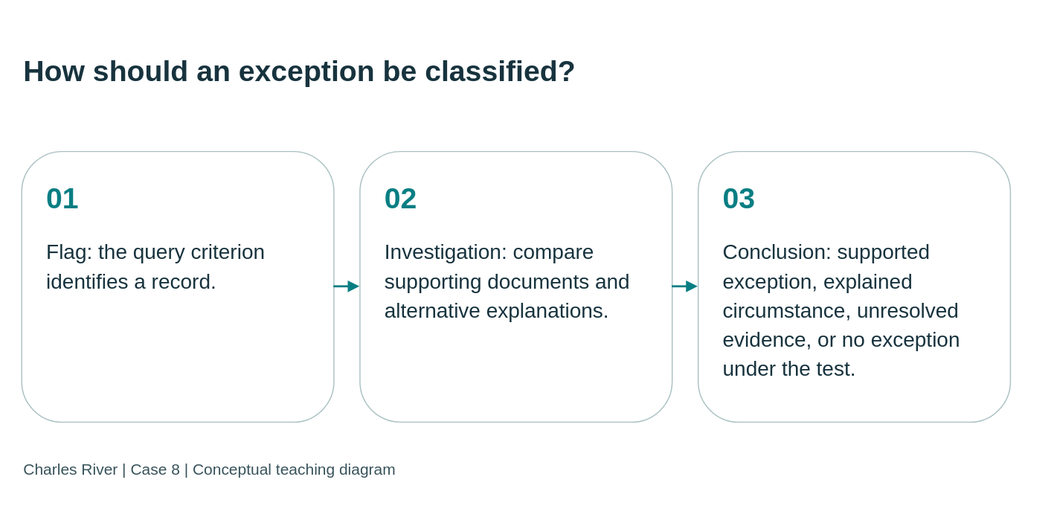
Above: static/diagrams/cases/case08-finding.svg in mmcodesso/CharlesRiver_Database (draw.io), before the change. Source tidied: cells renumbered, new cells last; positions are measured from the earlier drawing's top-left corner, leaving out a move shared by most shapes. Source of this version:
```xml
<mxGraphModel background="#f5f5ee">
  <root>
    <mxCell id="0" />
    <mxCell id="1" parent="0" />
    <mxCell id="2" value="How should an exception be classified?" style="text;html=0;strokeColor=none;fillColor=none;align=left;verticalAlign=middle;whiteSpace=wrap;fontSize=28;fontStyle=1;fontColor=#17333e;fontFamily=Arial;" parent="1" vertex="1">
      <mxGeometry width="950" height="95" as="geometry" />
    </mxCell>
    <mxCell id="3" value="&lt;div style=&quot;font-size:28px;color:#087e83;font-weight:bold;margin-bottom:20px&quot;&gt;01&lt;/div&gt;&lt;div style=&quot;font-size:20px;line-height:1.4&quot;&gt;Flag: the query criterion identifies a record.&lt;/div&gt;" style="rounded=1;whiteSpace=wrap;html=1;fillColor=#ffffff;strokeColor=#a8bfc1;fontColor=#17333e;align=left;verticalAlign=top;spacing=24;fontFamily=Arial;fontSize=20;" parent="1" vertex="1">
      <mxGeometry y="125" width="300" height="260" as="geometry" />
    </mxCell>
    <mxCell id="4" value="&lt;div style=&quot;font-size:28px;color:#087e83;font-weight:bold;margin-bottom:20px&quot;&gt;02&lt;/div&gt;&lt;div style=&quot;font-size:20px;line-height:1.4&quot;&gt;Investigation: compare supporting documents and alternative explanations.&lt;/div&gt;" style="rounded=1;whiteSpace=wrap;html=1;fillColor=#ffffff;strokeColor=#a8bfc1;fontColor=#17333e;align=left;verticalAlign=top;spacing=24;fontFamily=Arial;fontSize=20;" parent="1" vertex="1">
      <mxGeometry x="325" y="125" width="300" height="260" as="geometry" />
    </mxCell>
    <mxCell id="5" value="&lt;div style=&quot;font-size:28px;color:#087e83;font-weight:bold;margin-bottom:20px&quot;&gt;03&lt;/div&gt;&lt;div style=&quot;font-size:20px;line-height:1.4&quot;&gt;Conclusion: supported exception, explained circumstance, unresolved evidence, or no exception under the test.&lt;/div&gt;" style="rounded=1;whiteSpace=wrap;html=1;fillColor=#ffffff;strokeColor=#a8bfc1;fontColor=#17333e;align=left;verticalAlign=top;spacing=24;fontFamily=Arial;fontSize=20;" parent="1" vertex="1">
      <mxGeometry x="650" y="125" width="300" height="260" as="geometry" />
    </mxCell>
    <mxCell id="6" style="edgeStyle=orthogonalEdgeStyle;rounded=0;html=1;endArrow=block;endFill=1;strokeColor=#087e83;strokeWidth=2;" parent="1" edge="1" source="3" target="4">
      <mxGeometry relative="1" as="geometry" />
    </mxCell>
    <mxCell id="7" style="edgeStyle=orthogonalEdgeStyle;rounded=0;html=1;endArrow=block;endFill=1;strokeColor=#087e83;strokeWidth=2;" parent="1" edge="1" source="4" target="5">
      <mxGeometry relative="1" as="geometry" />
    </mxCell>
    <mxCell id="8" value="Charles River | Case 8 | Conceptual teaching diagram" style="text;html=0;strokeColor=none;fillColor=none;align=left;fontSize=15;fontColor=#38535b;fontFamily=Arial;" parent="1" vertex="1">
      <mxGeometry y="415" width="950" height="35" as="geometry" />
    </mxCell>
  </root>
</mxGraphModel>
```
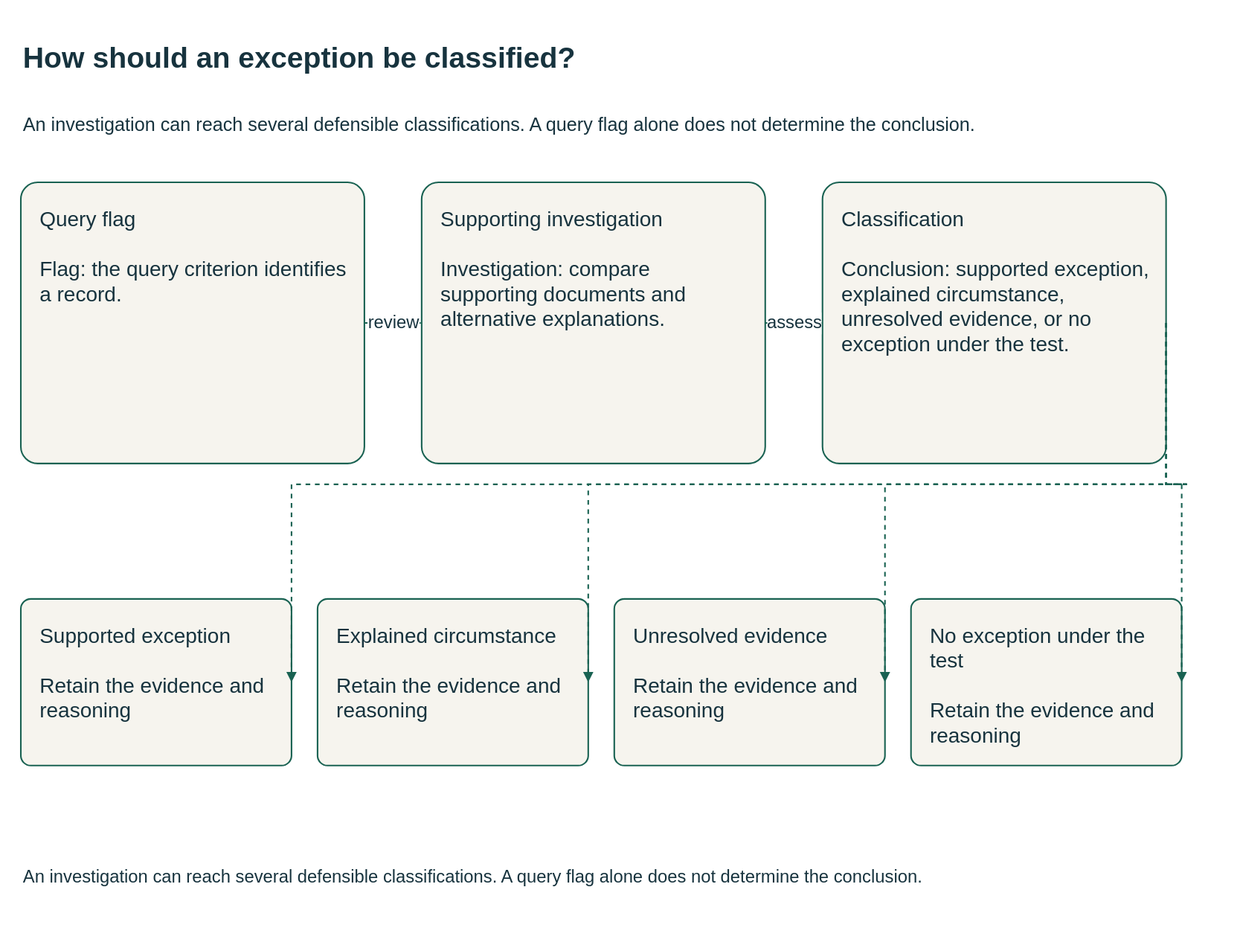
Above is the later version.

What changed in the source:
```diff
@@ -1,27 +1,74 @@
-<mxGraphModel background="#f5f5ee">
+<mxGraphModel background="#FFFFFF">
   <root>
     <mxCell id="0" />
     <mxCell id="1" parent="0" />
-    <mxCell id="2" value="How should an exception be classified?" style="text;html=0;strokeColor=none;fillColor=none;align=left;verticalAlign=middle;whiteSpace=wrap;fontSize=28;fontStyle=1;fontColor=#17333e;fontFamily=Arial;" parent="1" vertex="1">
-      <mxGeometry width="950" height="95" as="geometry" />
+    <mxCell id="2" value="How should an exception be classified?" style="html=0;fontFamily=Arial;fontSize=20;fontColor=#17333e;strokeColor=#196252;strokeWidth=1.5;whiteSpace=wrap;text;strokeColor=none;fillColor=none;align=left;verticalAlign=middle;fontSize=28;fontStyle=1;" parent="1" vertex="1">
+      <mxGeometry y="-10" width="1110" height="70" as="geometry" />
     </mxCell>
+    <mxCell id="9" value="An investigation can reach several defensible classifications. A query flag alone does not determine the conclusion." style="html=0;fontFamily=Arial;fontSize=20;fontColor=#17333e;strokeColor=#196252;strokeWidth=1.5;whiteSpace=wrap;text;strokeColor=none;fillColor=none;align=left;verticalAlign=middle;fontSize=18;fontStyle=0;" parent="1" vertex="1">
+      <mxGeometry y="62" width="1110" height="55" as="geometry" />
+    </mxCell>
-    <mxCell id="3" value="&lt;div style=&quot;font-size:28px;color:#087e83;font-weight:bold;margin-bottom:20px&quot;&gt;01&lt;/div&gt;&lt;div style=&quot;font-size:20px;line-height:1.4&quot;&gt;Flag: the query criterion identifies a record.&lt;/div&gt;" style="rounded=1;whiteSpace=wrap;html=1;fillColor=#ffffff;strokeColor=#a8bfc1;fontColor=#17333e;align=left;verticalAlign=top;spacing=24;fontFamily=Arial;fontSize=20;" parent="1" vertex="1">
-      <mxGeometry y="125" width="300" height="260" as="geometry" />
+    <mxCell id="3" value="Query flag&#10;&#10;Flag: the query criterion identifies a record." style="html=0;fontFamily=Arial;fontSize=20;fontColor=#17333e;strokeColor=#196252;strokeWidth=1.5;whiteSpace=wrap;rounded=1;arcSize=6;fillColor=#f6f4ee;align=left;verticalAlign=top;spacing=18;" parent="1" vertex="1">
+      <mxGeometry y="145" width="330" height="270" as="geometry" />
     </mxCell>
-    <mxCell id="4" value="&lt;div style=&quot;font-size:28px;color:#087e83;font-weight:bold;margin-bottom:20px&quot;&gt;02&lt;/div&gt;&lt;div style=&quot;font-size:20px;line-height:1.4&quot;&gt;Investigation: compare supporting documents and alternative explanations.&lt;/div&gt;" style="rounded=1;whiteSpace=wrap;html=1;fillColor=#ffffff;strokeColor=#a8bfc1;fontColor=#17333e;align=left;verticalAlign=top;spacing=24;fontFamily=Arial;fontSize=20;" parent="1" vertex="1">
-      <mxGeometry x="325" y="125" width="300" height="260" as="geometry" />
+    <mxCell id="4" value="Supporting investigation&#10;&#10;Investigation: compare supporting documents and alternative explanations." style="html=0;fontFamily=Arial;fontSize=20;fontColor=#17333e;strokeColor=#196252;strokeWidth=1.5;whiteSpace=wrap;rounded=1;arcSize=6;fillColor=#f6f4ee;align=left;verticalAlign=top;spacing=18;" parent="1" vertex="1">
+      <mxGeometry x="385" y="145" width="330" height="270" as="geometry" />
     </mxCell>
-    <mxCell id="5" value="&lt;div style=&quot;font-size:28px;color:#087e83;font-weight:bold;margin-bottom:20px&quot;&gt;03&lt;/div&gt;&lt;div style=&quot;font-size:20px;line-height:1.4&quot;&gt;Conclusion: supported exception, explained circumstance, unresolved evidence, or no exception under the test.&lt;/div&gt;" style="rounded=1;whiteSpace=wrap;html=1;fillColor=#ffffff;strokeColor=#a8bfc1;fontColor=#17333e;align=left;verticalAlign=top;spacing=24;fontFamily=Arial;fontSize=20;" parent="1" vertex="1">
-      <mxGeometry x="650" y="125" width="300" height="260" as="geometry" />
+    <mxCell id="5" value="Classification&#10;&#10;Conclusion: supported exception, explained circumstance, unresolved evidence, or no exception under the test." style="html=0;fontFamily=Arial;fontSize=20;fontColor=#17333e;strokeColor=#196252;strokeWidth=1.5;whiteSpace=wrap;rounded=1;arcSize=6;fillColor=#f6f4ee;align=left;verticalAlign=top;spacing=18;" parent="1" vertex="1">
+      <mxGeometry x="770" y="145" width="330" height="270" as="geometry" />
     </mxCell>
-    <mxCell id="6" style="edgeStyle=orthogonalEdgeStyle;rounded=0;html=1;endArrow=block;endFill=1;strokeColor=#087e83;strokeWidth=2;" parent="1" edge="1" source="3" target="4">
+    <mxCell id="6" value="review" style="html=0;fontFamily=Arial;fontSize=20;fontColor=#17333e;strokeColor=#196252;strokeWidth=1.5;whiteSpace=wrap;edgeStyle=orthogonalEdgeStyle;rounded=0;fillColor=none;fontSize=17;labelBackgroundColor=#FFFFFF;startArrow=none;endArrow=block;endFill=1;dashed=1;exitX=1;exitY=0.5;entryX=0;entryY=0.5;" parent="1" edge="1" source="3" target="4">
       <mxGeometry relative="1" as="geometry" />
     </mxCell>
-    <mxCell id="7" style="edgeStyle=orthogonalEdgeStyle;rounded=0;html=1;endArrow=block;endFill=1;strokeColor=#087e83;strokeWidth=2;" parent="1" edge="1" source="4" target="5">
+    <mxCell id="7" value="assess" style="html=0;fontFamily=Arial;fontSize=20;fontColor=#17333e;strokeColor=#196252;strokeWidth=1.5;whiteSpace=wrap;edgeStyle=orthogonalEdgeStyle;rounded=0;fillColor=none;fontSize=17;labelBackgroundColor=#FFFFFF;startArrow=none;endArrow=block;endFill=1;dashed=1;exitX=1;exitY=0.5;entryX=0;entryY=0.5;" parent="1" edge="1" source="4" target="5">
       <mxGeometry relative="1" as="geometry" />
     </mxCell>
+    <mxCell id="10" value="Supported exception&#10;&#10;Retain the evidence and reasoning" style="html=0;fontFamily=Arial;fontSize=20;fontColor=#17333e;strokeColor=#196252;strokeWidth=1.5;whiteSpace=wrap;rounded=1;arcSize=6;fillColor=#f6f4ee;align=left;verticalAlign=top;spacing=18;" parent="1" vertex="1">
+      <mxGeometry y="545" width="260" height="160" as="geometry" />
+    </mxCell>
+    <mxCell id="11" style="html=0;fontFamily=Arial;fontSize=20;fontColor=#17333e;strokeColor=#196252;strokeWidth=1.5;whiteSpace=wrap;edgeStyle=orthogonalEdgeStyle;rounded=0;fillColor=none;fontSize=17;labelBackgroundColor=#FFFFFF;startArrow=none;endArrow=block;endFill=1;dashed=1;exitX=1;exitY=0.5;entryX=1;entryY=0.5;" parent="1" edge="1" source="5" target="10">
+      <mxGeometry relative="1" as="geometry">
+        <Array as="points">
+          <mxPoint x="1120" y="435" />
+          <mxPoint x="130" y="435" />
+        </Array>
+      </mxGeometry>
+    </mxCell>
+    <mxCell id="12" value="Explained circumstance&#10;&#10;Retain the evidence and reasoning" style="html=0;fontFamily=Arial;fontSize=20;fontColor=#17333e;strokeColor=#196252;strokeWidth=1.5;whiteSpace=wrap;rounded=1;arcSize=6;fillColor=#f6f4ee;align=left;verticalAlign=top;spacing=18;" parent="1" vertex="1">
+      <mxGeometry x="285" y="545" width="260" height="160" as="geometry" />
+    </mxCell>
+    <mxCell id="13" style="html=0;fontFamily=Arial;fontSize=20;fontColor=#17333e;strokeColor=#196252;strokeWidth=1.5;whiteSpace=wrap;edgeStyle=orthogonalEdgeStyle;rounded=0;fillColor=none;fontSize=17;labelBackgroundColor=#FFFFFF;startArrow=none;endArrow=block;endFill=1;dashed=1;exitX=1;exitY=0.5;entryX=1;entryY=0.5;" parent="1" edge="1" source="5" target="12">
+      <mxGeometry relative="1" as="geometry">
+        <Array as="points">
+          <mxPoint x="1120" y="435" />
+          <mxPoint x="415" y="435" />
+        </Array>
+      </mxGeometry>
+    </mxCell>
+    <mxCell id="14" value="Unresolved evidence&#10;&#10;Retain the evidence and reasoning" style="html=0;fontFamily=Arial;fontSize=20;fontColor=#17333e;strokeColor=#196252;strokeWidth=1.5;whiteSpace=wrap;rounded=1;arcSize=6;fillColor=#f6f4ee;align=left;verticalAlign=top;spacing=18;" parent="1" vertex="1">
+      <mxGeometry x="570" y="545" width="260" height="160" as="geometry" />
+    </mxCell>
+    <mxCell id="15" style="html=0;fontFamily=Arial;fontSize=20;fontColor=#17333e;strokeColor=#196252;strokeWidth=1.5;whiteSpace=wrap;edgeStyle=orthogonalEdgeStyle;rounded=0;fillColor=none;fontSize=17;labelBackgroundColor=#FFFFFF;startArrow=none;endArrow=block;endFill=1;dashed=1;exitX=1;exitY=0.5;entryX=1;entryY=0.5;" parent="1" edge="1" source="5" target="14">
+      <mxGeometry relative="1" as="geometry">
+        <Array as="points">
+          <mxPoint x="1120" y="435" />
+          <mxPoint x="700" y="435" />
+        </Array>
+      </mxGeometry>
+    </mxCell>
+    <mxCell id="16" value="No exception under the test&#10;&#10;Retain the evidence and reasoning" style="html=0;fontFamily=Arial;fontSize=20;fontColor=#17333e;strokeColor=#196252;strokeWidth=1.5;whiteSpace=wrap;rounded=1;arcSize=6;fillColor=#f6f4ee;align=left;verticalAlign=top;spacing=18;" parent="1" vertex="1">
+      <mxGeometry x="855" y="545" width="260" height="160" as="geometry" />
+    </mxCell>
+    <mxCell id="17" style="html=0;fontFamily=Arial;fontSize=20;fontColor=#17333e;strokeColor=#196252;strokeWidth=1.5;whiteSpace=wrap;edgeStyle=orthogonalEdgeStyle;rounded=0;fillColor=none;fontSize=17;labelBackgroundColor=#FFFFFF;startArrow=none;endArrow=block;endFill=1;dashed=1;exitX=1;exitY=0.5;entryX=1;entryY=0.5;" parent="1" edge="1" source="5" target="16">
+      <mxGeometry relative="1" as="geometry">
+        <Array as="points">
+          <mxPoint x="1120" y="435" />
+          <mxPoint x="985" y="435" />
+        </Array>
+      </mxGeometry>
+    </mxCell>
-    <mxCell id="8" value="Charles River | Case 8 | Conceptual teaching diagram" style="text;html=0;strokeColor=none;fillColor=none;align=left;fontSize=15;fontColor=#38535b;fontFamily=Arial;" parent="1" vertex="1">
-      <mxGeometry y="415" width="950" height="35" as="geometry" />
+    <mxCell id="8" value="An investigation can reach several defensible classifications. A query flag alone does not determine the conclusion." style="html=0;fontFamily=Arial;fontSize=20;fontColor=#17333e;strokeColor=#196252;strokeWidth=1.5;whiteSpace=wrap;text;strokeColor=none;fillColor=none;align=left;verticalAlign=middle;fontSize=17;fontStyle=0;" parent="1" vertex="1">
+      <mxGeometry y="782" width="1110" height="60" as="geometry" />
     </mxCell>
   </root>
 </mxGraphModel>
```
